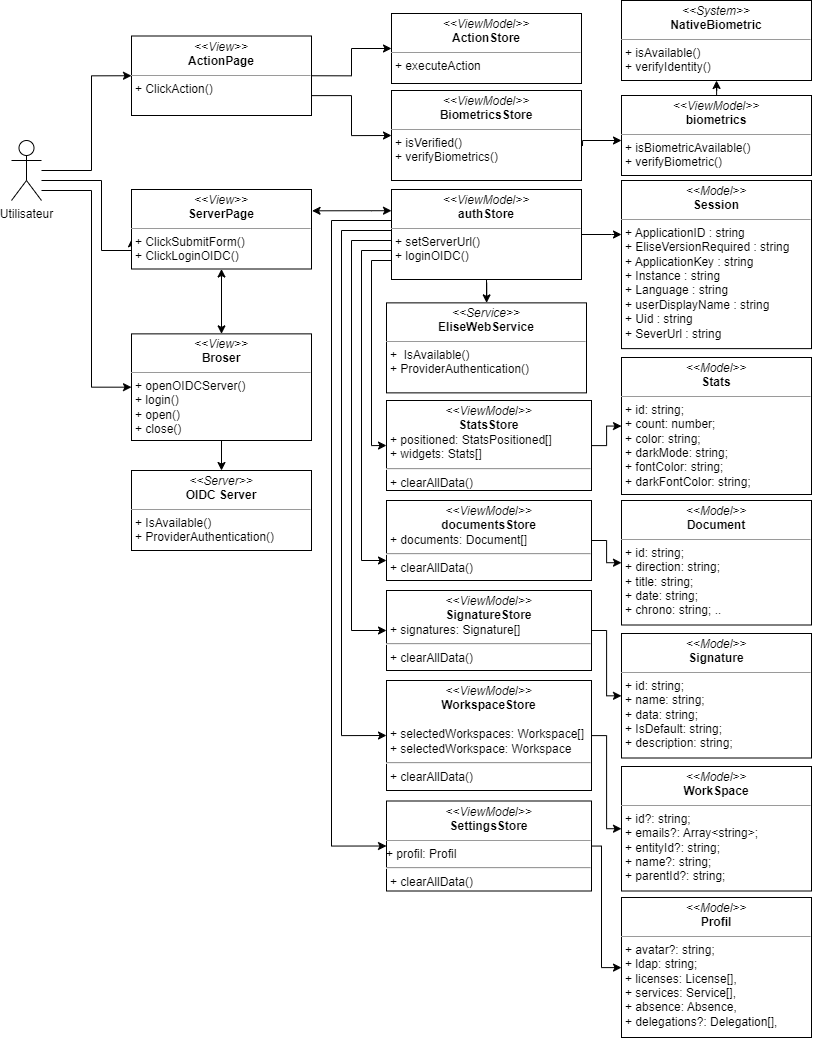
Before: images_pfe/dcc_sprint5.png, a diagram exported from draw.io (PFE-Neoledge-2023/rapport). Source tidied: cells renumbered, new cells last; positions are measured from the earlier drawing's top-left corner, leaving out a move shared by most shapes.
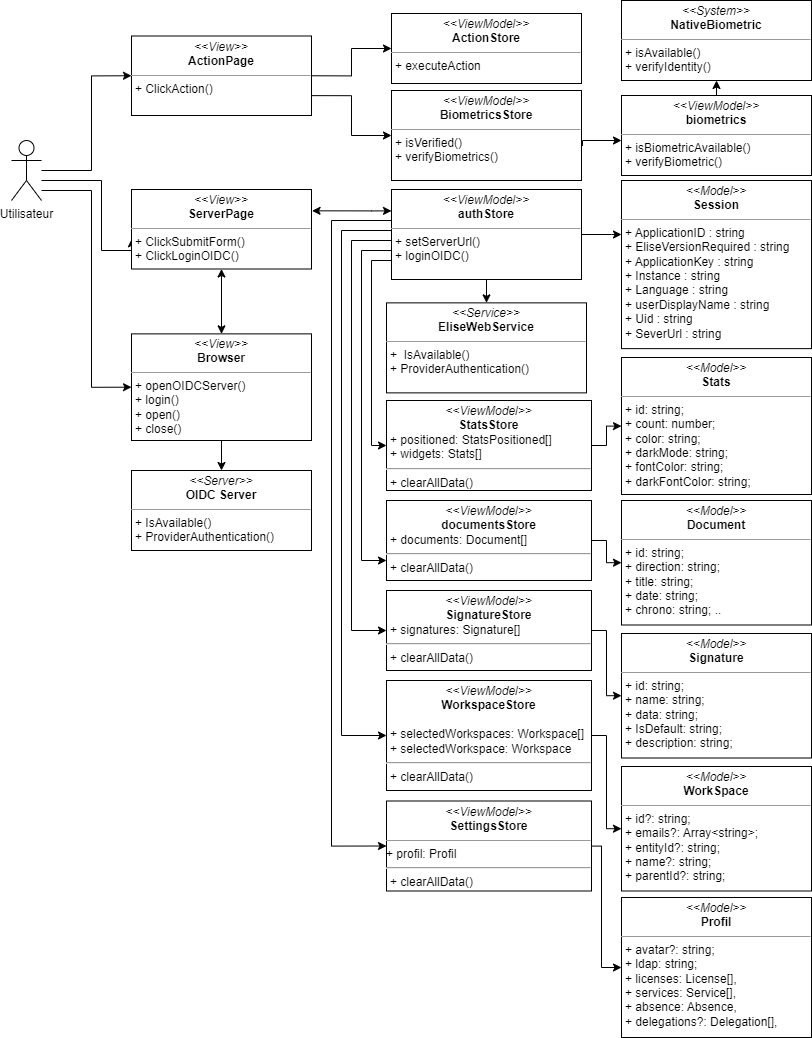
Above is the later version.

Diff of the diagram source:
```diff
@@ -138,7 +138,7 @@
     <mxCell id="28" style="edgeStyle=orthogonalEdgeStyle;rounded=0;html=1;" parent="1" edge="1" source="29" target="30">
       <mxGeometry relative="1" as="geometry" />
     </mxCell>
-    <mxCell id="29" value="&lt;p style=&quot;margin:0px;margin-top:4px;text-align:center;&quot;&gt;&lt;i&gt;&amp;lt;&amp;lt;View&amp;gt;&amp;gt;&lt;/i&gt;&lt;br&gt;&lt;b&gt;Broser&lt;/b&gt;&lt;/p&gt;&lt;hr style=&quot;border-color: var(--border-color);&quot; size=&quot;1&quot;&gt;&lt;p style=&quot;border-color: var(--border-color); margin: 0px 0px 0px 4px;&quot;&gt;+ openOIDCServer()&lt;br&gt;&lt;/p&gt;&lt;p style=&quot;border-color: var(--border-color); margin: 0px 0px 0px 4px;&quot;&gt;+ login()&lt;/p&gt;&lt;p style=&quot;border-color: var(--border-color); margin: 0px 0px 0px 4px;&quot;&gt;+ open()&lt;/p&gt;&lt;p style=&quot;border-color: var(--border-color); margin: 0px 0px 0px 4px;&quot;&gt;+ close()&lt;/p&gt;&lt;p style=&quot;border-color: var(--border-color); margin: 0px 0px 0px 4px;&quot;&gt;&lt;br&gt;&lt;/p&gt;&lt;p style=&quot;border-color: var(--border-color); margin: 0px 0px 0px 4px;&quot;&gt;&lt;br&gt;&lt;/p&gt;" style="verticalAlign=top;align=left;overflow=fill;fontSize=12;fontFamily=Helvetica;html=1;whiteSpace=wrap;" parent="1" vertex="1">
+    <mxCell id="29" value="&lt;p style=&quot;margin:0px;margin-top:4px;text-align:center;&quot;&gt;&lt;i&gt;&amp;lt;&amp;lt;View&amp;gt;&amp;gt;&lt;/i&gt;&lt;br&gt;&lt;b&gt;Browser&lt;/b&gt;&lt;/p&gt;&lt;hr style=&quot;border-color: var(--border-color);&quot; size=&quot;1&quot;&gt;&lt;p style=&quot;border-color: var(--border-color); margin: 0px 0px 0px 4px;&quot;&gt;+ openOIDCServer()&lt;br&gt;&lt;/p&gt;&lt;p style=&quot;border-color: var(--border-color); margin: 0px 0px 0px 4px;&quot;&gt;+ login()&lt;/p&gt;&lt;p style=&quot;border-color: var(--border-color); margin: 0px 0px 0px 4px;&quot;&gt;+ open()&lt;/p&gt;&lt;p style=&quot;border-color: var(--border-color); margin: 0px 0px 0px 4px;&quot;&gt;+ close()&lt;/p&gt;&lt;p style=&quot;border-color: var(--border-color); margin: 0px 0px 0px 4px;&quot;&gt;&lt;br&gt;&lt;/p&gt;&lt;p style=&quot;border-color: var(--border-color); margin: 0px 0px 0px 4px;&quot;&gt;&lt;br&gt;&lt;/p&gt;" style="verticalAlign=top;align=left;overflow=fill;fontSize=12;fontFamily=Helvetica;html=1;whiteSpace=wrap;" parent="1" vertex="1">
       <mxGeometry x="120" y="333.4" width="180" height="106.6" as="geometry" />
     </mxCell>
     <mxCell id="30" value="&lt;p style=&quot;margin:0px;margin-top:4px;text-align:center;&quot;&gt;&lt;i&gt;&amp;lt;&amp;lt;Server&amp;gt;&amp;gt;&lt;/i&gt;&lt;br&gt;&lt;b&gt;OIDC Server&lt;/b&gt;&lt;/p&gt;&lt;hr size=&quot;1&quot;&gt;&lt;p style=&quot;margin:0px;margin-left:4px;&quot;&gt;&lt;/p&gt;&lt;p style=&quot;margin:0px;margin-left:4px;&quot;&gt;+ IsAvailable()&lt;/p&gt;&lt;p style=&quot;margin:0px;margin-left:4px;&quot;&gt;+ ProviderAuthentication()&lt;/p&gt;" style="verticalAlign=top;align=left;overflow=fill;fontSize=12;fontFamily=Helvetica;html=1;whiteSpace=wrap;" parent="1" vertex="1">
```
